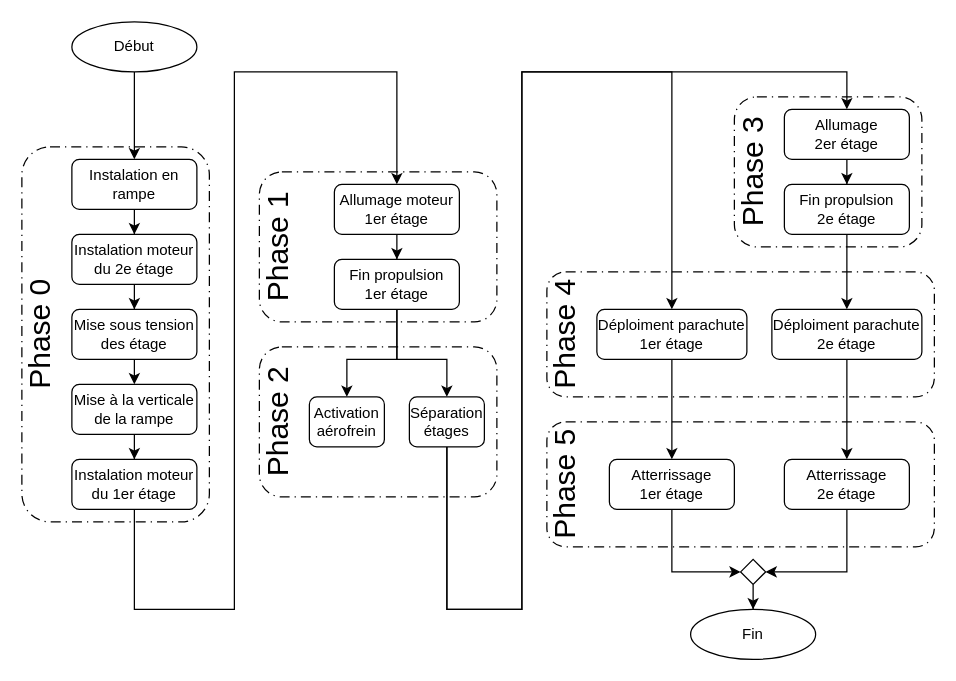
This is ARCHI/Phase_vol.drawio from povdoigt/SP-02, a draw.io file, before an edit. Source tidied: cells renumbered, new cells numbered last; positions are measured from the earlier drawing's top-left corner, leaving out a move shared by most shapes. Both pictures are drawn from the tidied source at 125%, with x=0, y=0 at pixel (-29, 21).
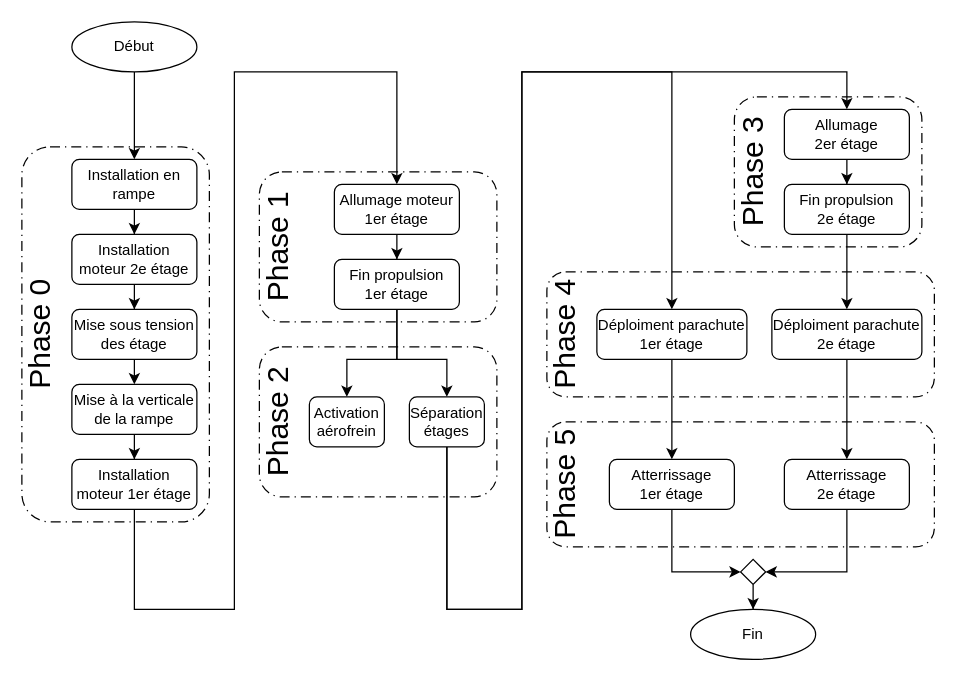
Above is the later version.

Commit message:
diagramme phase vol corrigé

The edit, as a diff of the source:
```diff
@@
-    <mxCell id="5" value="Instalation en rampe" style="rounded=1;whiteSpace=wrap;html=1;" parent="1" vertex="1">
+    <mxCell id="5" value="Installation en rampe" style="rounded=1;whiteSpace=wrap;html=1;" parent="1" vertex="1">
       <mxGeometry x="80" y="110" width="100" height="40" as="geometry" />
     </mxCell>
@@
-    <mxCell id="7" value="Instalation moteur du 2e étage" style="rounded=1;whiteSpace=wrap;html=1;" parent="1" vertex="1">
+    <mxCell id="7" value="Installation moteur 2e étage" style="rounded=1;whiteSpace=wrap;html=1;" parent="1" vertex="1">
       <mxGeometry x="80" y="170" width="100" height="40" as="geometry" />
     </mxCell>
@@
-    <mxCell id="12" value="Instalation moteur du 1er étage" style="rounded=1;whiteSpace=wrap;html=1;" parent="1" vertex="1">
+    <mxCell id="12" value="Installation moteur 1er étage" style="rounded=1;whiteSpace=wrap;html=1;" parent="1" vertex="1">
       <mxGeometry x="80" y="350" width="100" height="40" as="geometry" />
     </mxCell>
```
